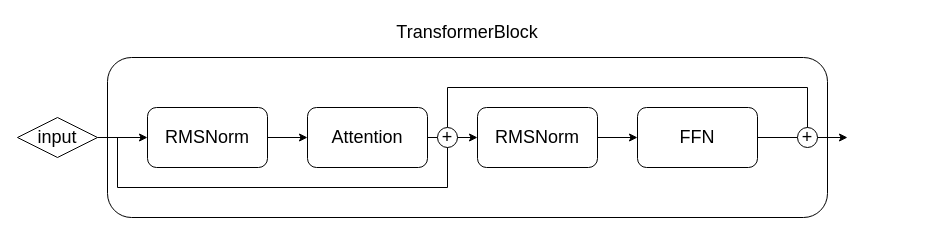
Above: LLaMA_block.drawio in DarthMurse/drawio_files (draw.io), before the change. Source tidied: cells renumbered, new cells numbered last; positions are measured from the earlier drawing's top-left corner, leaving out a move shared by most shapes. Both pictures are drawn from the tidied source at 100%, with x=0, y=0 at pixel (17, 17).
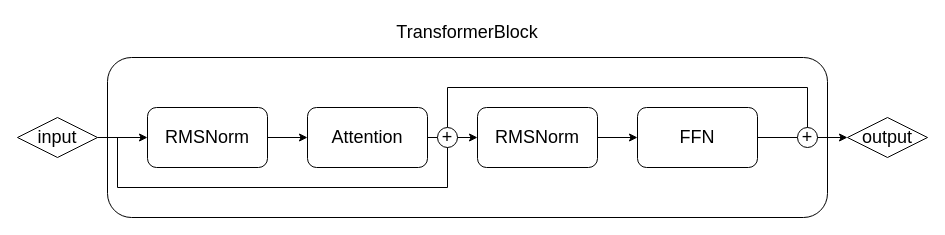
Above is the later version.

Diff of the diagram source:
```diff
@@
+    <mxCell id="18" value="output" style="rhombus;whiteSpace=wrap;html=1;fontSize=18;" parent="1" vertex="1">
+      <mxGeometry x="830" y="100" width="80" height="40" as="geometry" />
+    </mxCell>
```
